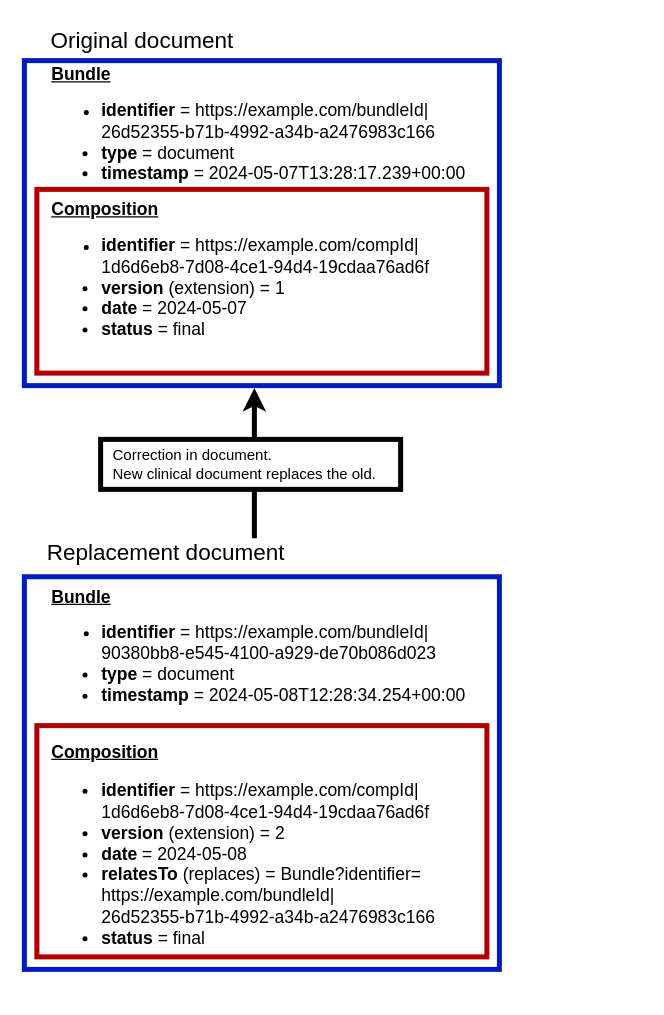
The draw.io diagram page "sucessionMangement" (2 of 3) of input/images/imagesRaw/FHIRclinicalDocs.drawio in HL7/fhir-clinical-document, before the edit. Source tidied: cells renumbered, new cells numbered last; positions are measured from the earlier drawing's top-left corner, leaving out a move shared by most shapes. Both pictures are drawn from the tidied source at 125%, with x=0, y=0 at pixel (24, 21).
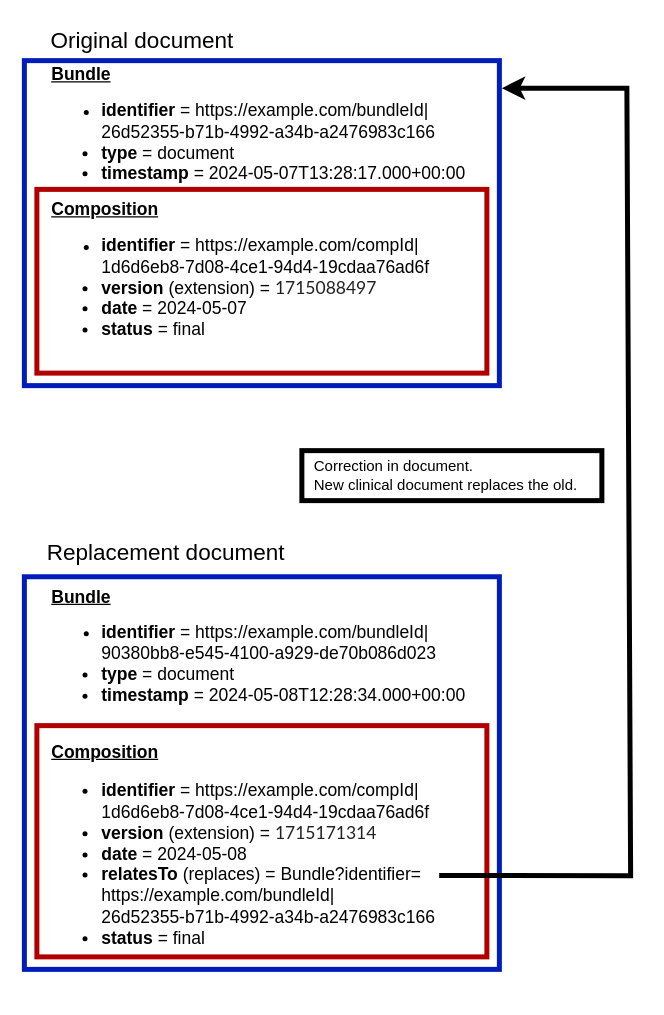
Above is the later version.

The edit, as a diff of the source:
```diff
@@
 <mxGraphModel background="#ffffff">
   <root>
     <mxCell id="0" />
     <mxCell id="1" parent="0" />
     <mxCell id="2" style="group;" parent="1" vertex="1">
       <mxGeometry y="408" width="390" height="370" as="geometry" />
     </mxCell>
     <mxCell id="3" style="rounded=0;whiteSpace=wrap;html=1;fillColor=none;strokeWidth=4;fontColor=#ffffff;strokeColor=#B20000;" parent="2" vertex="1">
       <mxGeometry x="10" y="155" width="360" height="185" as="geometry" />
     </mxCell>
     <mxCell id="4" style="rounded=0;whiteSpace=wrap;html=1;fillColor=none;strokeWidth=4;fontColor=#ffffff;strokeColor=#001DBC;" parent="2" vertex="1">
       <mxGeometry y="35.9" width="380" height="314.1" as="geometry" />
     </mxCell>
-    <mxCell id="5" value="&lt;div&gt;&lt;b style=&quot;background-color: initial; font-size: 14px;&quot;&gt;&lt;u&gt;Bundle&lt;/u&gt;&lt;/b&gt;&lt;br&gt;&lt;/div&gt;&lt;div style=&quot;&quot;&gt;&lt;ul style=&quot;&quot;&gt;&lt;li style=&quot;&quot;&gt;&lt;span style=&quot;font-size: 14px;&quot;&gt;&lt;b&gt;identifier &lt;/b&gt;= https://example.com/bundleId|&lt;/span&gt;&lt;br&gt;&lt;span style=&quot;font-size: 14px;&quot;&gt;90380bb8-e545-4100-a929-de70b086d023&lt;/span&gt;&lt;br&gt;&lt;/li&gt;&lt;li style=&quot;font-size: 14px;&quot;&gt;&lt;font style=&quot;font-size: 14px;&quot;&gt;&lt;b&gt;type &lt;/b&gt;= document&lt;/font&gt;&lt;/li&gt;&lt;li style=&quot;font-size: 14px;&quot;&gt;&lt;font style=&quot;font-size: 14px;&quot;&gt;&lt;b&gt;timestamp &lt;/b&gt;=&amp;nbsp;&lt;/font&gt;2024-05-08T12:28:34.254+00:00&lt;/li&gt;&lt;/ul&gt;&lt;/div&gt;&lt;div style=&quot;font-size: 14px;&quot;&gt;&lt;font style=&quot;font-size: 14px;&quot;&gt;&lt;br&gt;&lt;/font&gt;&lt;/div&gt;&lt;div style=&quot;font-size: 14px;&quot;&gt;&lt;font style=&quot;font-size: 14px;&quot;&gt;&lt;b&gt;&lt;u&gt;Composition&lt;/u&gt;&lt;/b&gt;&lt;/font&gt;&lt;/div&gt;&lt;div style=&quot;font-size: 14px;&quot;&gt;&lt;ul style=&quot;&quot;&gt;&lt;li&gt;&lt;b&gt;identifier &lt;/b&gt;= https://example.com/compId|&lt;br&gt;1d6d6eb8-7d08-4ce1-94d4-19cdaa76ad6f&lt;/li&gt;&lt;li style=&quot;&quot;&gt;&lt;font style=&quot;font-size: 14px;&quot;&gt;&lt;b&gt;version &lt;/b&gt;(extension) = 2&lt;/font&gt;&lt;/li&gt;&lt;li style=&quot;&quot;&gt;&lt;font style=&quot;font-size: 14px;&quot;&gt;&lt;b&gt;date &lt;/b&gt;= 2024-05-08&lt;/font&gt;&lt;/li&gt;&lt;li style=&quot;&quot;&gt;&lt;font style=&quot;font-size: 14px;&quot;&gt;&lt;b&gt;relatesTo &lt;/b&gt;(replaces) = Bundle?identifier=&lt;br&gt;&lt;/font&gt;https://example.com/bundleId|&lt;br&gt;26d52355-b71b-4992-a34b-a2476983c166&lt;/li&gt;&lt;li style=&quot;&quot;&gt;&lt;span style=&quot;background-color: initial;&quot;&gt;&lt;b&gt;status &lt;/b&gt;= final&lt;/span&gt;&lt;br&gt;&lt;/li&gt;&lt;/ul&gt;&lt;/div&gt;" style="text;html=1;align=left;verticalAlign=middle;points=[];strokeColor=none;fillColor=none;" parent="2" vertex="1">
+    <mxCell id="5" value="&lt;div&gt;&lt;b style=&quot;background-color: initial; font-size: 14px;&quot;&gt;&lt;u&gt;Bundle&lt;/u&gt;&lt;/b&gt;&lt;br&gt;&lt;/div&gt;&lt;div style=&quot;&quot;&gt;&lt;ul style=&quot;&quot;&gt;&lt;li style=&quot;&quot;&gt;&lt;span style=&quot;font-size: 14px;&quot;&gt;&lt;b&gt;identifier &lt;/b&gt;= https://example.com/bundleId|&lt;/span&gt;&lt;br&gt;&lt;span style=&quot;font-size: 14px;&quot;&gt;90380bb8-e545-4100-a929-de70b086d023&lt;/span&gt;&lt;br&gt;&lt;/li&gt;&lt;li style=&quot;font-size: 14px;&quot;&gt;&lt;font style=&quot;font-size: 14px;&quot;&gt;&lt;b&gt;type &lt;/b&gt;= document&lt;/font&gt;&lt;/li&gt;&lt;li style=&quot;font-size: 14px;&quot;&gt;&lt;font style=&quot;font-size: 14px;&quot;&gt;&lt;b&gt;timestamp &lt;/b&gt;=&amp;nbsp;&lt;/font&gt;2024-05-08T12:28:34.000+00:00&lt;/li&gt;&lt;/ul&gt;&lt;/div&gt;&lt;div style=&quot;font-size: 14px;&quot;&gt;&lt;font style=&quot;font-size: 14px;&quot;&gt;&lt;br&gt;&lt;/font&gt;&lt;/div&gt;&lt;div style=&quot;font-size: 14px;&quot;&gt;&lt;font style=&quot;font-size: 14px;&quot;&gt;&lt;b&gt;&lt;u&gt;Composition&lt;/u&gt;&lt;/b&gt;&lt;/font&gt;&lt;/div&gt;&lt;div style=&quot;font-size: 14px;&quot;&gt;&lt;ul style=&quot;&quot;&gt;&lt;li&gt;&lt;b&gt;identifier &lt;/b&gt;= https://example.com/compId|&lt;br&gt;1d6d6eb8-7d08-4ce1-94d4-19cdaa76ad6f&lt;/li&gt;&lt;li style=&quot;&quot;&gt;&lt;font style=&quot;font-size: 14px;&quot;&gt;&lt;b&gt;version &lt;/b&gt;(extension) =&amp;nbsp;&lt;/font&gt;&lt;span style=&quot;color: rgba(0, 0, 0, 0.87); font-family: Lato, &amp;quot;Helvetica Neue&amp;quot;, Arial, Helvetica, sans-serif; text-wrap: wrap; background-color: rgb(255, 255, 255);&quot;&gt;1715171314&lt;/span&gt;&lt;/li&gt;&lt;li style=&quot;&quot;&gt;&lt;font style=&quot;font-size: 14px;&quot;&gt;&lt;b&gt;date &lt;/b&gt;= 2024-05-08&lt;/font&gt;&lt;/li&gt;&lt;li style=&quot;&quot;&gt;&lt;font style=&quot;font-size: 14px;&quot;&gt;&lt;b&gt;relatesTo &lt;/b&gt;(replaces) = Bundle?identifier=&lt;br&gt;&lt;/font&gt;https://example.com/bundleId|&lt;br&gt;26d52355-b71b-4992-a34b-a2476983c166&lt;/li&gt;&lt;li style=&quot;&quot;&gt;&lt;span style=&quot;background-color: initial;&quot;&gt;&lt;b&gt;status &lt;/b&gt;= final&lt;/span&gt;&lt;br&gt;&lt;/li&gt;&lt;/ul&gt;&lt;/div&gt;" style="text;html=1;align=left;verticalAlign=middle;points=[];strokeColor=none;fillColor=none;" parent="2" vertex="1">
       <mxGeometry x="20" y="34.5" width="350" height="320" as="geometry" />
     </mxCell>
     <mxCell id="6" value="&lt;font style=&quot;font-size: 18px;&quot;&gt;Replacement document&lt;/font&gt;" style="text;html=1;align=center;verticalAlign=middle;whiteSpace=wrap;rounded=0;" parent="2" vertex="1">
       <mxGeometry x="17" width="193" height="34.7" as="geometry" />
     </mxCell>
     <mxCell id="7" style="group;" parent="1" vertex="1">
       <mxGeometry width="390" height="293" as="geometry" />
     </mxCell>
     <mxCell id="8" style="rounded=0;whiteSpace=wrap;html=1;fillColor=none;strokeWidth=4;fontColor=#ffffff;strokeColor=#001DBC;" parent="7" vertex="1">
       <mxGeometry y="31" width="380" height="260" as="geometry" />
     </mxCell>
     <mxCell id="9" style="rounded=0;whiteSpace=wrap;html=1;fillColor=none;strokeWidth=4;fontColor=#ffffff;strokeColor=#B20000;" parent="7" vertex="1">
       <mxGeometry x="10" y="134" width="360" height="147" as="geometry" />
     </mxCell>
-    <mxCell id="10" value="&lt;div&gt;&lt;b style=&quot;background-color: initial; font-size: 14px;&quot;&gt;&lt;u&gt;Bundle&lt;/u&gt;&lt;/b&gt;&lt;br&gt;&lt;/div&gt;&lt;div style=&quot;&quot;&gt;&lt;ul style=&quot;&quot;&gt;&lt;li style=&quot;&quot;&gt;&lt;font style=&quot;&quot;&gt;&lt;span style=&quot;font-size: 14px;&quot;&gt;&lt;b&gt;identifier &lt;/b&gt;= https://example.com/bundleId|&lt;/span&gt;&lt;br&gt;&lt;span style=&quot;font-size: 14px;&quot;&gt;26d52355-b71b-4992-a34b-a2476983c166&lt;/span&gt;&lt;br&gt;&lt;/font&gt;&lt;/li&gt;&lt;li style=&quot;font-size: 14px;&quot;&gt;&lt;font style=&quot;font-size: 14px;&quot;&gt;&lt;b&gt;type&lt;/b&gt; = document&lt;/font&gt;&lt;/li&gt;&lt;li style=&quot;font-size: 14px;&quot;&gt;&lt;font style=&quot;font-size: 14px;&quot;&gt;&lt;b&gt;timestamp &lt;/b&gt;=&amp;nbsp;&lt;/font&gt;2024-05-07T13:28:17.239+00:00&lt;/li&gt;&lt;/ul&gt;&lt;/div&gt;&lt;div style=&quot;font-size: 14px;&quot;&gt;&lt;b style=&quot;background-color: initial;&quot;&gt;&lt;u&gt;Composition&lt;/u&gt;&lt;/b&gt;&lt;br&gt;&lt;/div&gt;&lt;div style=&quot;&quot;&gt;&lt;ul style=&quot;&quot;&gt;&lt;li style=&quot;&quot;&gt;&lt;font style=&quot;&quot;&gt;&lt;span style=&quot;font-size: 14px;&quot;&gt;&lt;b&gt;identifier&lt;/b&gt; = https://example.com/compId|&lt;/span&gt;&lt;br&gt;&lt;span style=&quot;font-size: 14px;&quot;&gt;1d6d6eb8-7d08-4ce1-94d4-19cdaa76ad6f&lt;/span&gt;&lt;br&gt;&lt;/font&gt;&lt;/li&gt;&lt;li style=&quot;font-size: 14px;&quot;&gt;&lt;font style=&quot;font-size: 14px;&quot;&gt;&lt;b&gt;version &lt;/b&gt;(extension) = 1&lt;/font&gt;&lt;/li&gt;&lt;li style=&quot;font-size: 14px;&quot;&gt;&lt;font style=&quot;font-size: 14px;&quot;&gt;&lt;b&gt;date&lt;/b&gt; = 2024-05-07&lt;/font&gt;&lt;/li&gt;&lt;li style=&quot;font-size: 14px;&quot;&gt;&lt;span style=&quot;background-color: initial;&quot;&gt;&lt;b&gt;status &lt;/b&gt;= final&lt;/span&gt;&lt;br&gt;&lt;/li&gt;&lt;/ul&gt;&lt;/div&gt;" style="text;html=1;align=left;verticalAlign=middle;strokeColor=none;fillColor=none;" parent="7" vertex="1">
+    <mxCell id="10" value="&lt;div&gt;&lt;b style=&quot;background-color: initial; font-size: 14px;&quot;&gt;&lt;u&gt;Bundle&lt;/u&gt;&lt;/b&gt;&lt;br&gt;&lt;/div&gt;&lt;div style=&quot;&quot;&gt;&lt;ul style=&quot;&quot;&gt;&lt;li style=&quot;&quot;&gt;&lt;font style=&quot;&quot;&gt;&lt;span style=&quot;font-size: 14px;&quot;&gt;&lt;b&gt;identifier &lt;/b&gt;= https://example.com/bundleId|&lt;/span&gt;&lt;br&gt;&lt;span style=&quot;font-size: 14px;&quot;&gt;26d52355-b71b-4992-a34b-a2476983c166&lt;/span&gt;&lt;br&gt;&lt;/font&gt;&lt;/li&gt;&lt;li style=&quot;font-size: 14px;&quot;&gt;&lt;font style=&quot;font-size: 14px;&quot;&gt;&lt;b&gt;type&lt;/b&gt; = document&lt;/font&gt;&lt;/li&gt;&lt;li style=&quot;font-size: 14px;&quot;&gt;&lt;font style=&quot;font-size: 14px;&quot;&gt;&lt;b&gt;timestamp &lt;/b&gt;=&amp;nbsp;&lt;/font&gt;2024-05-07T13:28:17.000+00:00&lt;/li&gt;&lt;/ul&gt;&lt;/div&gt;&lt;div style=&quot;font-size: 14px;&quot;&gt;&lt;b style=&quot;background-color: initial;&quot;&gt;&lt;u&gt;Composition&lt;/u&gt;&lt;/b&gt;&lt;br&gt;&lt;/div&gt;&lt;div style=&quot;&quot;&gt;&lt;ul style=&quot;&quot;&gt;&lt;li style=&quot;&quot;&gt;&lt;font style=&quot;&quot;&gt;&lt;span style=&quot;font-size: 14px;&quot;&gt;&lt;b&gt;identifier&lt;/b&gt; = https://example.com/compId|&lt;/span&gt;&lt;br&gt;&lt;span style=&quot;font-size: 14px;&quot;&gt;1d6d6eb8-7d08-4ce1-94d4-19cdaa76ad6f&lt;/span&gt;&lt;br&gt;&lt;/font&gt;&lt;/li&gt;&lt;li style=&quot;font-size: 14px;&quot;&gt;&lt;font style=&quot;font-size: 14px;&quot;&gt;&lt;b&gt;version &lt;/b&gt;(extension) =&amp;nbsp;&lt;/font&gt;&lt;span style=&quot;color: rgba(0, 0, 0, 0.87); font-family: Lato, &amp;quot;Helvetica Neue&amp;quot;, Arial, Helvetica, sans-serif; text-wrap: wrap; background-color: rgb(255, 255, 255);&quot;&gt;1715088497&lt;/span&gt;&lt;/li&gt;&lt;li style=&quot;font-size: 14px;&quot;&gt;&lt;font style=&quot;font-size: 14px;&quot;&gt;&lt;b&gt;date&lt;/b&gt; = 2024-05-07&lt;/font&gt;&lt;/li&gt;&lt;li style=&quot;font-size: 14px;&quot;&gt;&lt;span style=&quot;background-color: initial;&quot;&gt;&lt;b&gt;status &lt;/b&gt;= final&lt;/span&gt;&lt;br&gt;&lt;/li&gt;&lt;/ul&gt;&lt;/div&gt;" style="text;html=1;align=left;verticalAlign=middle;strokeColor=none;fillColor=none;" parent="7" vertex="1">
       <mxGeometry x="20" y="25" width="350" height="250" as="geometry" />
     </mxCell>
     <mxCell id="11" value="&lt;font style=&quot;font-size: 18px;&quot;&gt;Original document&lt;/font&gt;" style="text;html=1;align=center;verticalAlign=middle;whiteSpace=wrap;rounded=0;" parent="7" vertex="1">
       <mxGeometry x="17" width="155" height="30" as="geometry" />
     </mxCell>
-    <mxCell id="12" style="group;" parent="1" vertex="1">
-      <mxGeometry x="61" y="293" width="240" height="120" as="geometry" />
-    </mxCell>
+    <mxCell id="14" value="&lt;div&gt;Correction in document.&lt;/div&gt;&lt;div&gt;New clinical document replaces the old.&lt;/div&gt;" style="text;html=1;align=left;verticalAlign=middle;strokeColor=default;fillColor=default;strokeWidth=4;spacingTop=0;spacingLeft=8;" parent="1" vertex="1">
+      <mxGeometry x="222" y="343" width="240" height="40" as="geometry" />
+    </mxCell>
-    <mxCell id="13" style="endArrow=classic;html=1;rounded=0;strokeWidth=4;" parent="12" edge="1">
+    <mxCell id="13" style="endArrow=classic;html=1;rounded=0;strokeWidth=4;exitX=0.891;exitY=0.751;exitDx=0;exitDy=0;exitPerimeter=0;" parent="1" edge="1" source="5">
       <mxGeometry relative="1" as="geometry">
-        <mxPoint x="123" y="120" as="sourcePoint" />
-        <mxPoint x="123" as="targetPoint" />
+        <mxPoint x="382" y="53" as="targetPoint" />
+        <Array as="points">
+          <mxPoint x="485" y="683" />
+          <mxPoint x="482" y="53" />
+        </Array>
       </mxGeometry>
     </mxCell>
-    <mxCell id="14" value="&lt;div&gt;Correction in document.&lt;/div&gt;&lt;div&gt;New clinical document replaces the old.&lt;/div&gt;" style="text;html=1;align=left;verticalAlign=middle;strokeColor=default;fillColor=default;strokeWidth=4;spacingTop=0;spacingLeft=8;" parent="12" vertex="1">
-      <mxGeometry y="41" width="240" height="40" as="geometry" />
-    </mxCell>
   </root>
 </mxGraphModel>
```
